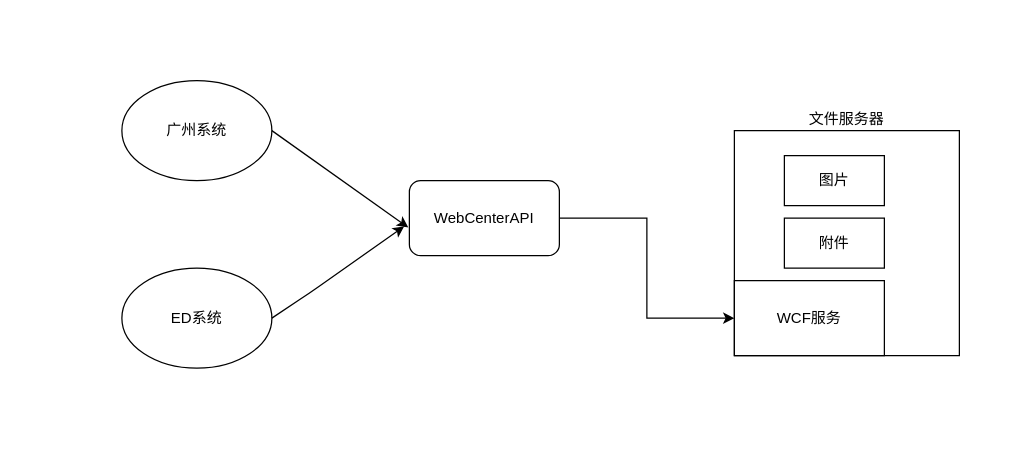
This is 未命名绘图.drawio from J-W-Chan/PDM, a draw.io file, before an edit. Source tidied: cells renumbered, new cells numbered last; positions are measured from the earlier drawing's top-left corner, leaving out a move shared by most shapes. Both pictures are drawn from the tidied source at 125%, with x=0, y=0 at pixel (121, 80).
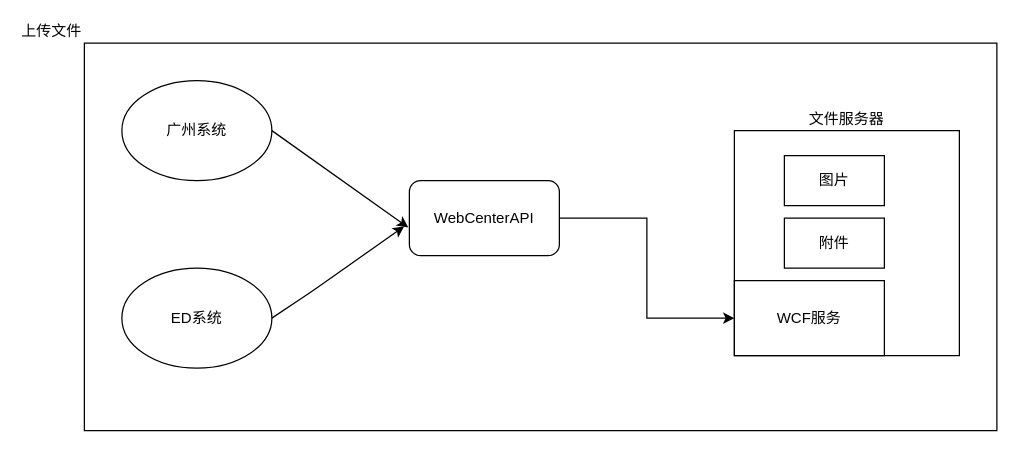
The same diagram, later.

What changed in the source:
```diff
@@
 <mxGraphModel>
   <root>
     <mxCell id="0" />
     <mxCell id="1" parent="0" />
+    <mxCell id="12" value="上传文件" style="rounded=0;whiteSpace=wrap;html=1;labelPosition=left;verticalLabelPosition=top;align=right;verticalAlign=bottom;" parent="1" vertex="1">
+      <mxGeometry x="-30" y="-30" width="730" height="310" as="geometry" />
+    </mxCell>
     <mxCell id="2" value="广州系统" style="ellipse;whiteSpace=wrap;html=1;" parent="1" vertex="1">
       <mxGeometry width="120" height="80" as="geometry" />
     </mxCell>
     <mxCell id="3" value="ED系统" style="ellipse;whiteSpace=wrap;html=1;" parent="1" vertex="1">
       <mxGeometry y="150" width="120" height="80" as="geometry" />
     </mxCell>
     <mxCell id="4" style="edgeStyle=orthogonalEdgeStyle;rounded=0;jettySize=auto;html=1;entryX=0;entryY=0.5;entryDx=0;entryDy=0;" parent="1" edge="1" source="5" target="7">
       <mxGeometry relative="1" as="geometry" />
     </mxCell>
     <mxCell id="5" value="WebCenterAPI" style="rounded=1;whiteSpace=wrap;html=1;" parent="1" vertex="1">
       <mxGeometry x="230" y="80" width="120" height="60" as="geometry" />
     </mxCell>
     <mxCell id="6" value="文件服务器" style="whiteSpace=wrap;html=1;labelPosition=center;verticalLabelPosition=top;align=center;verticalAlign=bottom;" parent="1" vertex="1">
       <mxGeometry x="490" y="40" width="180" height="180" as="geometry" />
     </mxCell>
     <mxCell id="7" value="WCF服务" style="rounded=0;whiteSpace=wrap;html=1;" parent="1" vertex="1">
       <mxGeometry x="490" y="160" width="120" height="60" as="geometry" />
     </mxCell>
     <mxCell id="8" style="endArrow=classic;html=1;exitX=1;exitY=0.5;exitDx=0;exitDy=0;entryX=-0.007;entryY=0.625;entryDx=0;entryDy=0;entryPerimeter=0;" parent="1" edge="1" source="2" target="5">
       <mxGeometry relative="1" as="geometry" />
     </mxCell>
     <mxCell id="9" style="endArrow=classic;html=1;exitX=1;exitY=0.5;exitDx=0;exitDy=0;entryX=-0.035;entryY=0.611;entryDx=0;entryDy=0;entryPerimeter=0;" parent="1" edge="1" source="3" target="5">
       <mxGeometry relative="1" as="geometry">
         <Array as="points">
           <mxPoint x="150" y="170" />
         </Array>
       </mxGeometry>
     </mxCell>
     <mxCell id="10" value="图片" style="rounded=0;whiteSpace=wrap;html=1;" parent="1" vertex="1">
       <mxGeometry x="530" y="60" width="80" height="40" as="geometry" />
     </mxCell>
     <mxCell id="11" value="附件" style="rounded=0;whiteSpace=wrap;html=1;" parent="1" vertex="1">
       <mxGeometry x="530" y="110" width="80" height="40" as="geometry" />
     </mxCell>
   </root>
 </mxGraphModel>
```
